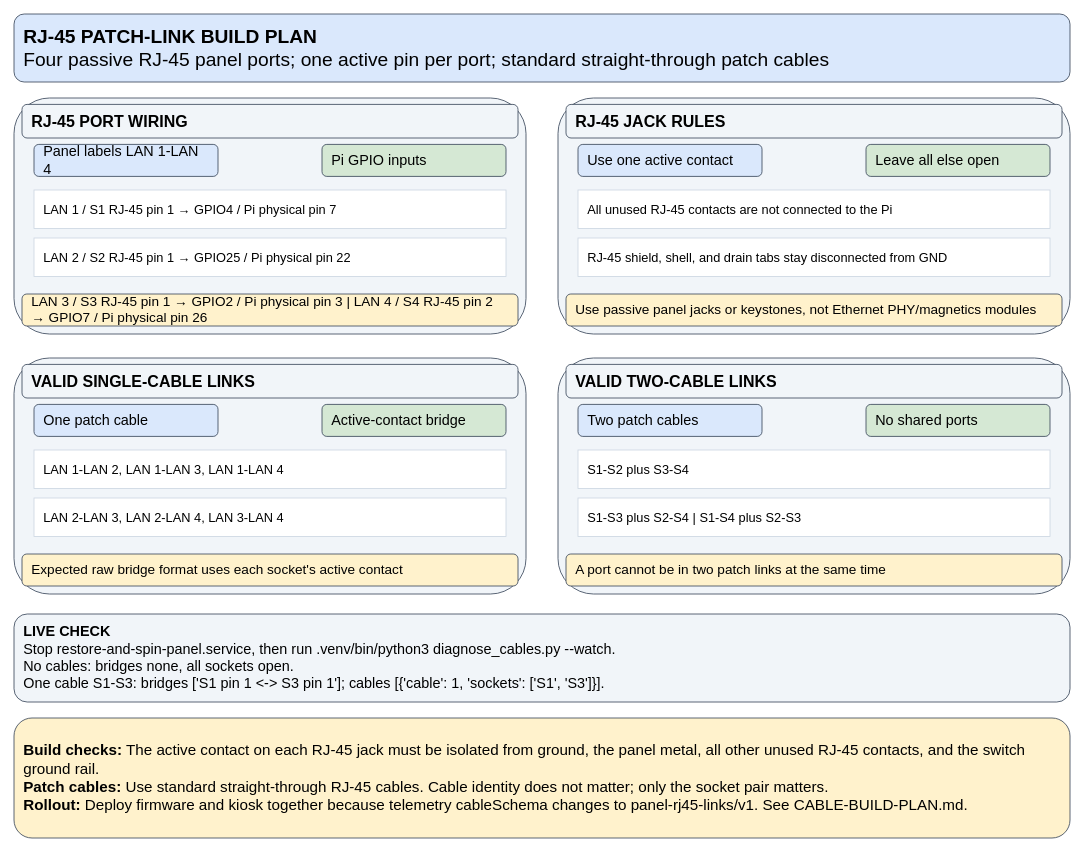
Before: page "Cable Build Plan" (2 of 2) of hardware/raspberry-pi/panel-pi-wiring.drawio in Andworx/Copilot-IoT-Game, a draw.io diagram. Source tidied: cells renumbered, new cells numbered last; positions are measured from the earlier drawing's top-left corner, leaving out a move shared by most shapes. Both pictures are drawn from the tidied source at 80%, with x=0, y=0 at pixel (14, 14).
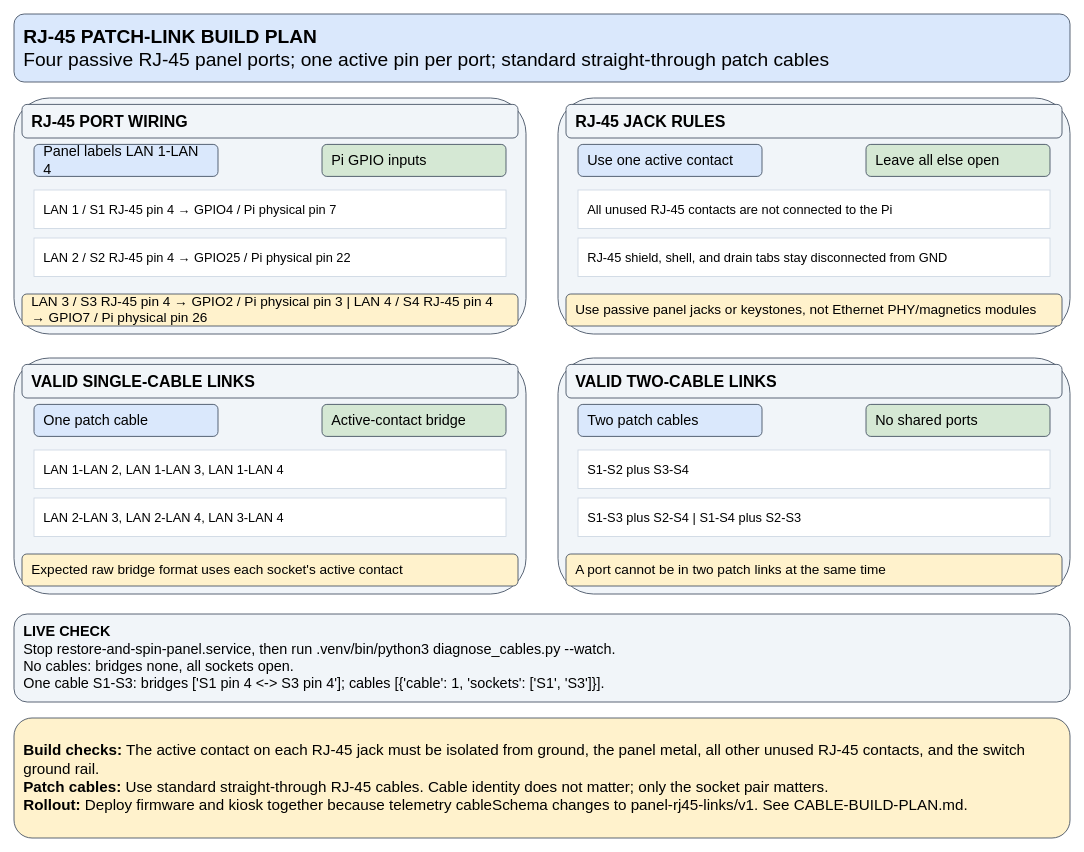
The same page after the edit.

The edit, as a diff of the source:
```diff
@@
-    <mxCell id="7" value="LAN 1 / S1 RJ-45 pin 1 → GPIO4 / Pi physical pin 7" style="whiteSpace=wrap;html=1;fillColor=#FFFFFF;strokeColor=#CBD5E1;fontSize=16;align=left;spacing=12;" parent="1" vertex="1" edge="0">
+    <mxCell id="7" value="LAN 1 / S1 RJ-45 pin 4 → GPIO4 / Pi physical pin 7" style="whiteSpace=wrap;html=1;fillColor=#FFFFFF;strokeColor=#CBD5E1;fontSize=16;align=left;spacing=12;" parent="1" vertex="1" edge="0">
       <mxGeometry x="25" y="220" width="590" height="48" as="geometry" />
     </mxCell>
-    <mxCell id="8" value="LAN 2 / S2 RJ-45 pin 1 → GPIO25 / Pi physical pin 22" style="whiteSpace=wrap;html=1;fillColor=#FFFFFF;strokeColor=#CBD5E1;fontSize=16;align=left;spacing=12;" parent="1" vertex="1" edge="0">
+    <mxCell id="8" value="LAN 2 / S2 RJ-45 pin 4 → GPIO25 / Pi physical pin 22" style="whiteSpace=wrap;html=1;fillColor=#FFFFFF;strokeColor=#CBD5E1;fontSize=16;align=left;spacing=12;" parent="1" vertex="1" edge="0">
       <mxGeometry x="25" y="280" width="590" height="48" as="geometry" />
     </mxCell>
-    <mxCell id="9" value="LAN 3 / S3 RJ-45 pin 1 → GPIO2 / Pi physical pin 3 | LAN 4 / S4 RJ-45 pin 2 → GPIO7 / Pi physical pin 26" style="rounded=1;whiteSpace=wrap;html=1;fillColor=#FFF2CC;strokeColor=#334155;fontSize=17;fontFamily=Helvetica;align=left;verticalAlign=middle;spacing=12;" parent="1" vertex="1">
+    <mxCell id="9" value="LAN 3 / S3 RJ-45 pin 4 → GPIO2 / Pi physical pin 3 | LAN 4 / S4 RJ-45 pin 4 → GPIO7 / Pi physical pin 26" style="rounded=1;whiteSpace=wrap;html=1;fillColor=#FFF2CC;strokeColor=#334155;fontSize=17;fontFamily=Helvetica;align=left;verticalAlign=middle;spacing=12;" parent="1" vertex="1">
       <mxGeometry x="10" y="350" width="620" height="40" as="geometry" />
     </mxCell>
@@
-    <mxCell id="31" value="&lt;b&gt;LIVE CHECK&lt;/b&gt;&lt;br&gt;Stop restore-and-spin-panel.service, then run .venv/bin/python3 diagnose_cables.py --watch.&lt;br&gt;No cables: bridges none, all sockets open.&lt;br&gt;One cable S1-S3: bridges ['S1 pin 1 &amp;lt;-&amp;gt; S3 pin 1']; cables [{'cable': 1, 'sockets': ['S1', 'S3']}]." style="rounded=1;whiteSpace=wrap;html=1;fillColor=#F1F5F9;strokeColor=#334155;fontSize=18;fontFamily=Helvetica;align=left;verticalAlign=middle;spacing=12;" parent="1" vertex="1">
+    <mxCell id="31" value="&lt;b&gt;LIVE CHECK&lt;/b&gt;&lt;br&gt;Stop restore-and-spin-panel.service, then run .venv/bin/python3 diagnose_cables.py --watch.&lt;br&gt;No cables: bridges none, all sockets open.&lt;br&gt;One cable S1-S3: bridges ['S1 pin 4 &amp;lt;-&amp;gt; S3 pin 4']; cables [{'cable': 1, 'sockets': ['S1', 'S3']}]." style="rounded=1;whiteSpace=wrap;html=1;fillColor=#F1F5F9;strokeColor=#334155;fontSize=18;fontFamily=Helvetica;align=left;verticalAlign=middle;spacing=12;" parent="1" vertex="1">
       <mxGeometry y="750" width="1320" height="110" as="geometry" />
     </mxCell>
```
